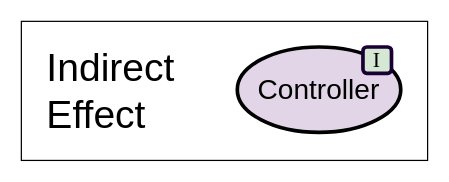
This is page "iRL-therm-ent-1-eff-pre" (1 of 14) of Material/Config/Images/entities/Eff-Ind.drawio.xml from liaskos/iRL-Experiment, a draw.io file, before an edit. Source tidied: cells renumbered, new cells numbered last; positions are measured from the earlier drawing's top-left corner, leaving out a move shared by most shapes. Both pictures are drawn from the tidied source at 122%, with x=0, y=0 at pixel (21, 21).
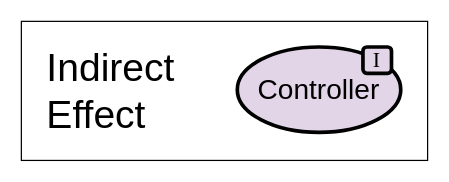
The same page after the edit.

Change to the diagram source:
```diff
@@
 <mxGraphModel>
   <root>
     <mxCell id="0" />
     <mxCell id="1" parent="0" />
     <mxCell id="2" value="&lt;div&gt;&lt;font style=&quot;font-size: 32px;&quot;&gt;Indirect&lt;/font&gt;&lt;/div&gt;&lt;font style=&quot;font-size: 32px;&quot;&gt;Effect&lt;/font&gt;" style="rounded=0;whiteSpace=wrap;html=1;align=left;fontSize=12;spacingLeft=19;" parent="1" vertex="1">
       <mxGeometry width="333" height="114" as="geometry" />
     </mxCell>
     <mxCell id="3" value="Controller" style="ellipse;whiteSpace=wrap;html=1;rounded=1;fontSize=23;strokeWidth=3;fillColor=#E1D5E7;arcSize=50;strokeColor=#000000;" parent="1" vertex="1">
       <mxGeometry x="177" y="21" width="134" height="70" as="geometry" />
     </mxCell>
-    <mxCell id="4" value="&lt;font face=&quot;Times New Roman&quot;&gt;I&lt;/font&gt;" style="rounded=1;whiteSpace=wrap;html=1;fillColor=#d5e8d4;strokeColor=#190033;strokeWidth=3;spacing=0;fontSize=18;spacingBottom=-1;" parent="1" vertex="1">
+    <mxCell id="4" value="&lt;font face=&quot;Times New Roman&quot;&gt;I&lt;/font&gt;" style="rounded=1;whiteSpace=wrap;html=1;fillColor=#e1d5e7;strokeWidth=3;spacing=0;fontSize=18;spacingBottom=-1;" parent="1" vertex="1">
       <mxGeometry x="280" y="21" width="23.4" height="21.6" as="geometry" />
     </mxCell>
   </root>
 </mxGraphModel>
```
